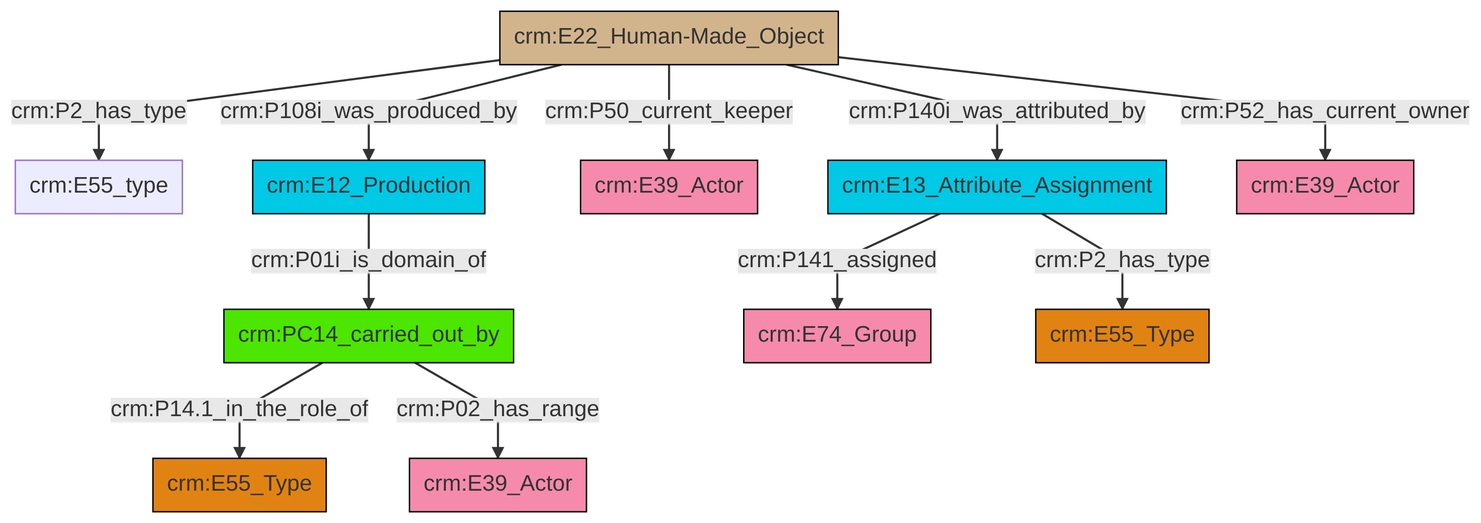
Above: et/artworkCSV/ttl/mmd/png/Artwork_Actor_Relations.png in swiss-art-research-net/reference-data-models (Mermaid), before the change. Its source is kept beside it as et/artworkCSV/ttl/mmd/Artwork_Actor_Relations.ttl.mmd.
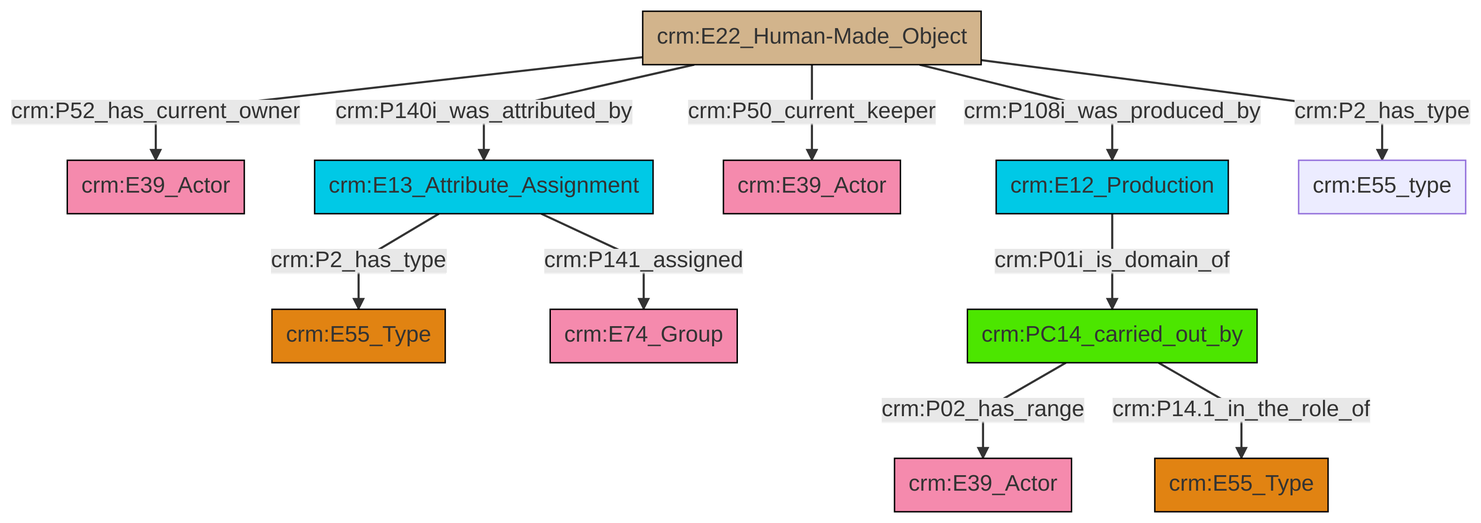
The same file after the commit.

What changed in the source:
```diff
@@ -13,13 +13,13 @@
 classDef PC_Classes fill:#4ce600, stroke:#000000;
 classDef Multi fill:#cccccc,stroke:#000000;
 
-8["crm:PC14_carried_out_by"]:::PC_Classes -->|crm:P14.1_in_the_role_of| 9["crm:E55_Type"]:::Type
-12["crm:E12_Production"]:::Temporal_Entity -->|crm:P01i_is_domain_of| 8["crm:PC14_carried_out_by"]:::PC_Classes
-15["crm:E22_Human-Made_Object"]:::Physical_Thing -->|crm:P2_has_type| 0["crm:E55_type"]:::Default
-10["crm:E13_Attribute_Assignment"]:::Temporal_Entity -->|crm:P141_assigned| 2["crm:E74_Group"]:::Actor
-15["crm:E22_Human-Made_Object"]:::Physical_Thing -->|crm:P108i_was_produced_by| 12["crm:E12_Production"]:::Temporal_Entity
-15["crm:E22_Human-Made_Object"]:::Physical_Thing -->|crm:P50_current_keeper| 17["crm:E39_Actor"]:::Actor
-10["crm:E13_Attribute_Assignment"]:::Temporal_Entity -->|crm:P2_has_type| 18["crm:E55_Type"]:::Type
-15["crm:E22_Human-Made_Object"]:::Physical_Thing -->|crm:P140i_was_attributed_by| 10["crm:E13_Attribute_Assignment"]:::Temporal_Entity
-8["crm:PC14_carried_out_by"]:::PC_Classes -->|crm:P02_has_range| 6["crm:E39_Actor"]:::Actor
-15["crm:E22_Human-Made_Object"]:::Physical_Thing -->|crm:P52_has_current_owner| 4["crm:E39_Actor"]:::Actor
+0["crm:E22_Human-Made_Object"]:::Physical_Thing -->|crm:P140i_was_attributed_by| 4["crm:E13_Attribute_Assignment"]:::Temporal_Entity
+4["crm:E13_Attribute_Assignment"]:::Temporal_Entity -->|crm:P2_has_type| 7["crm:E55_Type"]:::Type
+0["crm:E22_Human-Made_Object"]:::Physical_Thing -->|crm:P50_current_keeper| 5["crm:E39_Actor"]:::Actor
+0["crm:E22_Human-Made_Object"]:::Physical_Thing -->|crm:P108i_was_produced_by| 11["crm:E12_Production"]:::Temporal_Entity
+0["crm:E22_Human-Made_Object"]:::Physical_Thing -->|crm:P2_has_type| 13["crm:E55_type"]:::Default
+17["crm:PC14_carried_out_by"]:::PC_Classes -->|crm:P02_has_range| 14["crm:E39_Actor"]:::Actor
+4["crm:E13_Attribute_Assignment"]:::Temporal_Entity -->|crm:P141_assigned| 9["crm:E74_Group"]:::Actor
+17["crm:PC14_carried_out_by"]:::PC_Classes -->|crm:P14.1_in_the_role_of| 18["crm:E55_Type"]:::Type
+11["crm:E12_Production"]:::Temporal_Entity -->|crm:P01i_is_domain_of| 17["crm:PC14_carried_out_by"]:::PC_Classes
+0["crm:E22_Human-Made_Object"]:::Physical_Thing -->|crm:P52_has_current_owner| 2["crm:E39_Actor"]:::Actor
```
